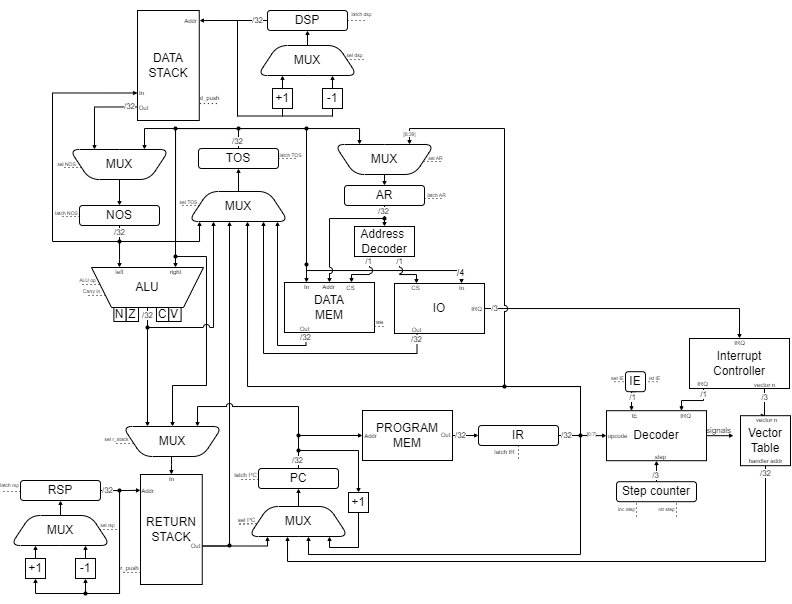
Earlier version of the draw.io export docs/scheme/scheme.png (lysmux/csa-ak-4). Source tidied: cells renumbered, new cells last; positions are measured from the earlier drawing's top-left corner, leaving out a move shared by most shapes.
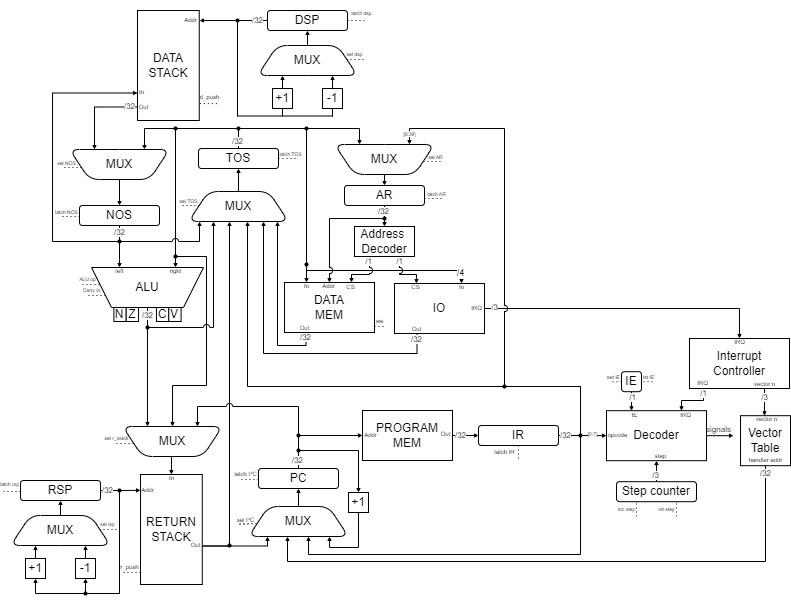
After the commit.

Commit message:
Обновлена схема

Change to the diagram source:
```diff
@@ -699,22 +699,22 @@
       <mxGeometry relative="1" as="geometry" />
     </mxCell>
     <mxCell id="147" value="IE" style="rounded=1;whiteSpace=wrap;html=1;" parent="1" vertex="1">
-      <mxGeometry x="622" y="372.2" width="20" height="20" as="geometry" />
+      <mxGeometry x="618" y="372.2" width="20" height="20" as="geometry" />
     </mxCell>
     <mxCell id="148" style="endArrow=none;dashed=1;html=1;dashPattern=1 3;strokeWidth=1;rounded=0;entryX=0;entryY=0.5;entryDx=0;entryDy=0;" parent="1" edge="1" target="147">
       <mxGeometry relative="1" as="geometry">
-        <mxPoint x="611" y="382.2" as="sourcePoint" />
+        <mxPoint x="609" y="382.2" as="sourcePoint" />
       </mxGeometry>
     </mxCell>
     <mxCell id="149" value="&lt;span style=&quot;font-size: 5px;&quot;&gt;set IE&lt;/span&gt;" style="edgeLabel;html=1;align=center;verticalAlign=bottom;labelPosition=center;verticalLabelPosition=top;labelBackgroundColor=none;" parent="148" vertex="1">
       <mxGeometry relative="1" as="geometry">
-        <mxPoint x="-3" y="3" as="offset" />
+        <mxPoint x="-4" y="3" as="offset" />
       </mxGeometry>
     </mxCell>
     <mxCell id="150" style="endArrow=none;dashed=1;html=1;dashPattern=1 3;strokeWidth=1;rounded=0;" parent="1" edge="1">
       <mxGeometry relative="1" as="geometry">
-        <mxPoint x="645" y="382.2" as="sourcePoint" />
-        <mxPoint x="657" y="382.2" as="targetPoint" />
+        <mxPoint x="640" y="382.2" as="sourcePoint" />
+        <mxPoint x="652" y="382.2" as="targetPoint" />
       </mxGeometry>
     </mxCell>
     <mxCell id="151" value="&lt;span style=&quot;font-size: 5px;&quot;&gt;rst IE&lt;/span&gt;" style="edgeLabel;html=1;align=center;verticalAlign=bottom;labelPosition=center;verticalLabelPosition=top;labelBackgroundColor=none;" parent="150" vertex="1">
@@ -967,5 +967,8 @@
     <mxCell id="205" style="shape=waypoint;sketch=0;fillStyle=solid;size=6;fillColor=none;perimeter=centerPerimeter;strokeWidth=0;" parent="1" vertex="1">
       <mxGeometry x="567" y="426" width="20" height="20" as="geometry" />
     </mxCell>
+    <mxCell id="206" style="shape=waypoint;sketch=0;fillStyle=solid;size=6;fillColor=none;perimeter=centerPerimeter;strokeWidth=0;" parent="1" vertex="1">
+      <mxGeometry x="224" y="11" width="20" height="20" as="geometry" />
+    </mxCell>
   </root>
 </mxGraphModel>
```
